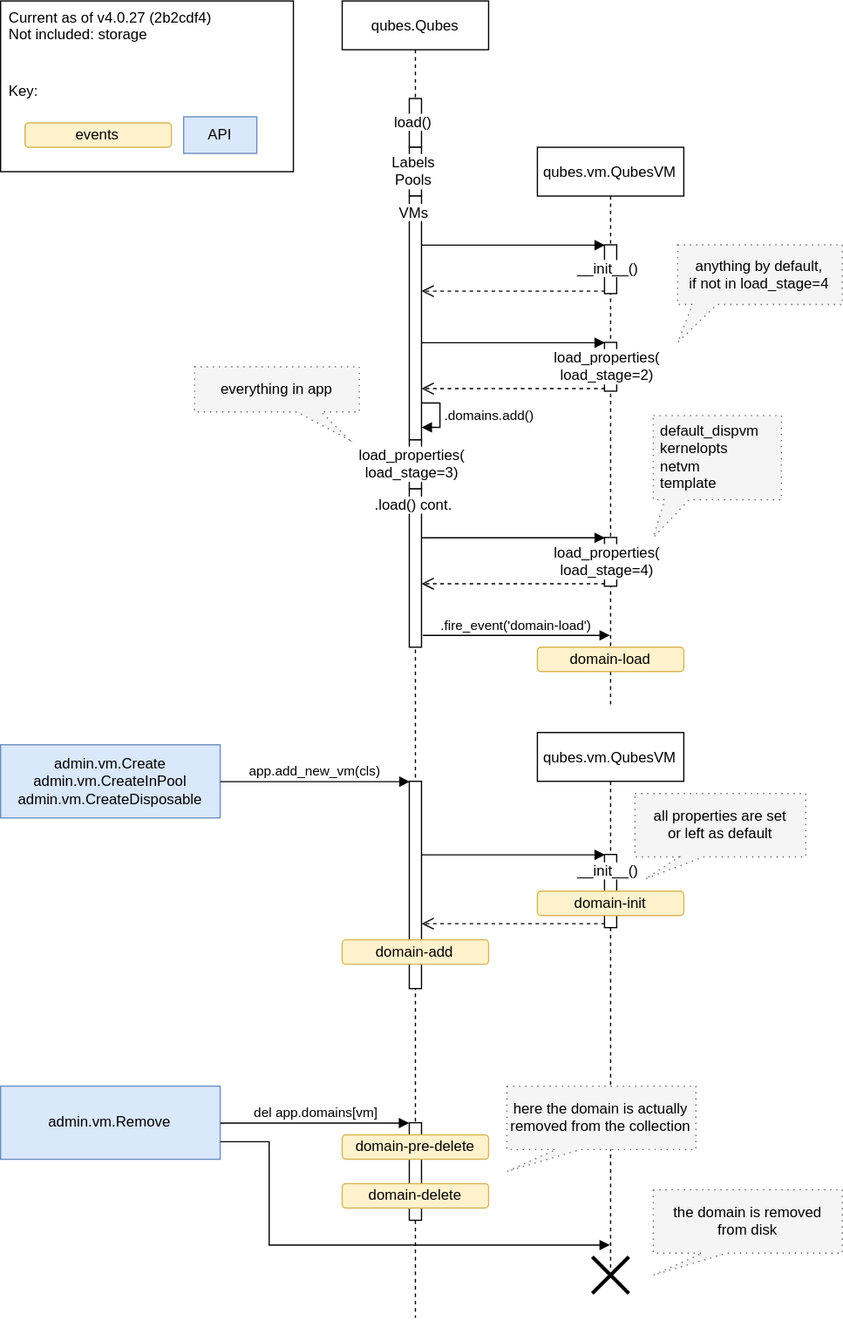
The draw.io diagram doc/loading.svg in QubesOS/qubes-core-admin, before a commit. Source tidied: cells renumbered, new cells last; positions are measured from the earlier drawing's top-left corner, leaving out a move shared by most shapes.
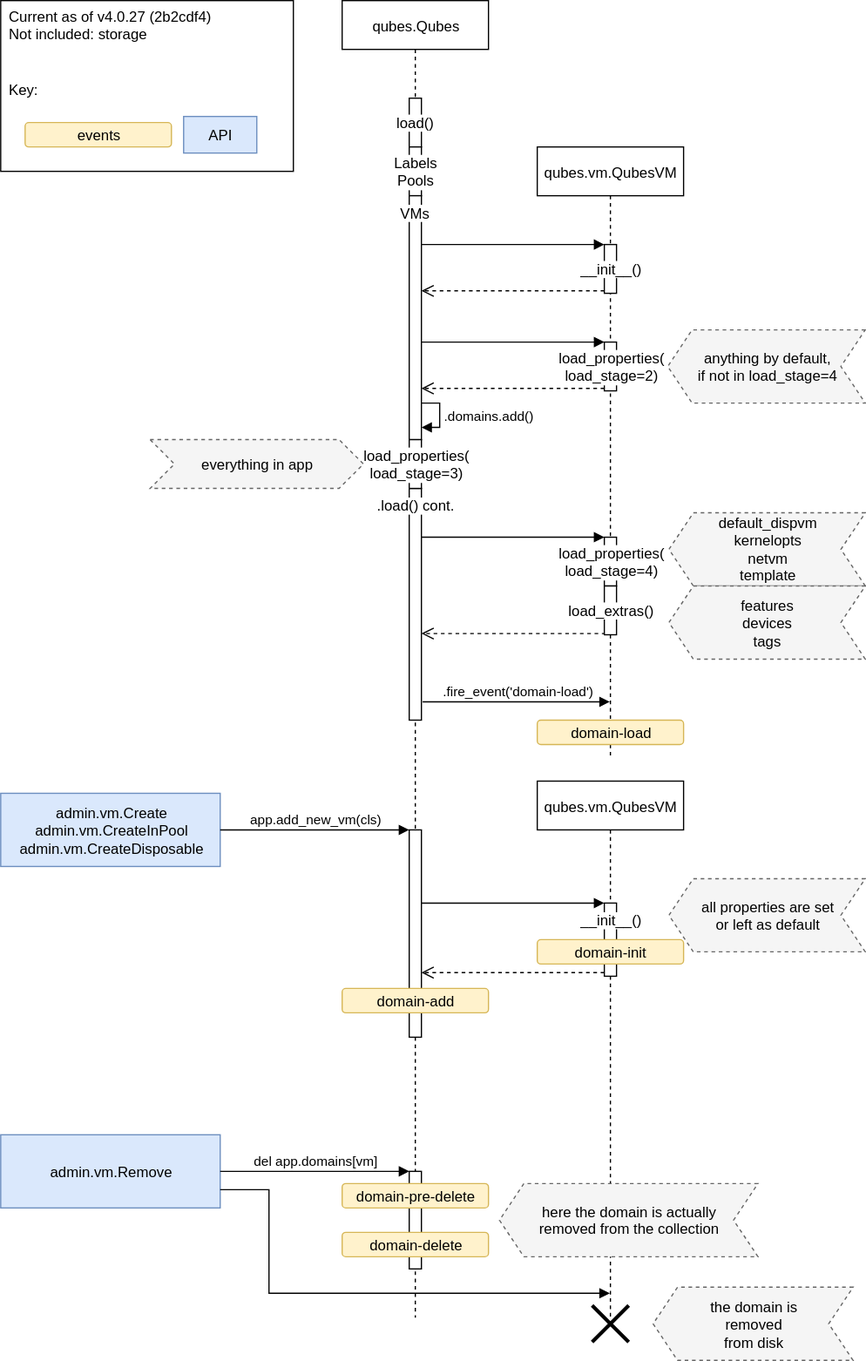
The same diagram one commit later.

Commit message:
Fix from Marek's revies

- add load_extras()
- change callouts to arrows for draw.io limitations

What changed in the source:
```diff
@@ -3,10 +3,10 @@
     <mxCell id="0" />
     <mxCell id="1" parent="0" />
     <mxCell id="2" style="rounded=0;whiteSpace=wrap;html=1;shadow=0;comic=0;labelBackgroundColor=none;strokeColor=#000000;fillColor=#ffffff;align=left;" parent="1" vertex="1">
-      <mxGeometry width="240" height="140" as="geometry" />
+      <mxGeometry x="-79" width="240" height="140" as="geometry" />
     </mxCell>
     <mxCell id="3" value="qubes.Qubes" style="shape=umlLifeline;perimeter=lifelinePerimeter;whiteSpace=wrap;html=1;shadow=0;comic=0;labelBackgroundColor=#FFFFFF;strokeColor=#000000;fillColor=#ffffff;" parent="1" vertex="1">
-      <mxGeometry x="280" width="120" height="1080" as="geometry" />
+      <mxGeometry x="201" width="120" height="1080" as="geometry" />
     </mxCell>
     <mxCell id="4" value="load()" style="html=1;perimeter=orthogonalPerimeter;shadow=0;comic=0;labelBackgroundColor=#FFFFFF;strokeColor=#000000;fillColor=#ffffff;" parent="3" vertex="1">
       <mxGeometry x="55" y="80" width="10" height="40" as="geometry" />
@@ -18,13 +18,13 @@
       <mxGeometry x="55" y="160" width="10" height="200" as="geometry" />
     </mxCell>
     <mxCell id="7" value=".load() cont." style="html=1;points=[];perimeter=orthogonalPerimeter;shadow=0;comic=0;labelBackgroundColor=#FFFFFF;strokeColor=#000000;fillColor=#ffffff;verticalAlign=top;" parent="3" vertex="1">
-      <mxGeometry x="55" y="400" width="10" height="130" as="geometry" />
+      <mxGeometry x="55" y="400" width="10" height="190" as="geometry" />
     </mxCell>
     <mxCell id="8" value="load_properties(&lt;br&gt;load_stage=3)" style="html=1;perimeter=orthogonalPerimeter;shadow=0;comic=0;labelBackgroundColor=#FFFFFF;strokeColor=#000000;fillColor=#ffffff;verticalAlign=middle;" parent="3" vertex="1">
       <mxGeometry x="55" y="360" width="10" height="40" as="geometry" />
     </mxCell>
     <mxCell id="9" style="html=1;points=[];perimeter=orthogonalPerimeter;shadow=0;comic=0;labelBackgroundColor=none;strokeColor=#000000;fillColor=#ffffff;" parent="3" vertex="1">
-      <mxGeometry x="55" y="640" width="10" height="170" as="geometry" />
+      <mxGeometry x="55" y="680" width="10" height="170" as="geometry" />
     </mxCell>
     <mxCell id="10" value=".domains.add()" style="edgeStyle=orthogonalEdgeStyle;html=1;align=left;spacingLeft=2;endArrow=block;rounded=0;strokeWidth=1;" parent="3" edge="1" source="6" target="6">
       <mxGeometry relative="1" as="geometry">
@@ -35,13 +35,13 @@
       </mxGeometry>
     </mxCell>
     <mxCell id="11" value="domain-add" style="rounded=1;whiteSpace=wrap;html=1;shadow=0;comic=0;labelBackgroundColor=none;strokeColor=#d6b656;fillColor=#fff2cc;" parent="3" vertex="1">
-      <mxGeometry y="770" width="120" height="20" as="geometry" />
+      <mxGeometry y="810" width="120" height="20" as="geometry" />
     </mxCell>
     <mxCell id="12" style="html=1;points=[];perimeter=orthogonalPerimeter;shadow=0;comic=0;labelBackgroundColor=none;strokeColor=#000000;fillColor=#ffffff;align=left;" parent="3" vertex="1">
-      <mxGeometry x="55" y="920" width="10" height="80" as="geometry" />
+      <mxGeometry x="55" y="960" width="10" height="80" as="geometry" />
     </mxCell>
     <mxCell id="13" value="qubes.vm.QubesVM" style="shape=umlLifeline;perimeter=lifelinePerimeter;whiteSpace=wrap;html=1;outlineConnect=0;shadow=0;comic=0;labelBackgroundColor=#FFFFFF;strokeColor=#000000;fillColor=#ffffff;" parent="1" vertex="1">
-      <mxGeometry x="440" y="120" width="120" height="460" as="geometry" />
+      <mxGeometry x="361" y="120" width="120" height="500" as="geometry" />
     </mxCell>
     <mxCell id="14" value="__init__()" style="html=1;points=[];perimeter=orthogonalPerimeter;shadow=0;comic=0;labelBackgroundColor=#FFFFFF;strokeColor=#000000;fillColor=#ffffff;" parent="13" vertex="1">
       <mxGeometry x="55" y="80" width="10" height="40" as="geometry" />
@@ -67,36 +67,27 @@
     <mxCell id="21" style="html=1;verticalAlign=bottom;endArrow=block;entryX=0;entryY=0;strokeWidth=1;" parent="1" edge="1" source="7" target="16">
       <mxGeometry relative="1" as="geometry" />
     </mxCell>
-    <mxCell id="22" style="html=1;verticalAlign=bottom;endArrow=open;dashed=1;endSize=8;exitX=0;exitY=0.95;strokeWidth=1;" parent="1" edge="1" source="16" target="7">
+    <mxCell id="22" style="html=1;verticalAlign=bottom;endArrow=open;dashed=1;endSize=8;exitX=0.071;exitY=0.979;strokeWidth=1;exitPerimeter=0;" parent="1" edge="1" source="48" target="7">
       <mxGeometry relative="1" as="geometry" />
     </mxCell>
     <mxCell id="23" value=".fire_event('domain-load')" style="html=1;verticalAlign=bottom;endArrow=block;strokeWidth=1;exitX=1.05;exitY=0.923;exitPerimeter=0;" parent="1" edge="1" source="7" target="13">
       <mxGeometry relative="1" as="geometry" />
     </mxCell>
     <mxCell id="24" value="domain-load" style="rounded=1;whiteSpace=wrap;html=1;shadow=0;comic=0;labelBackgroundColor=none;strokeColor=#d6b656;fillColor=#fff2cc;" parent="1" vertex="1">
-      <mxGeometry x="440" y="530" width="120" height="20" as="geometry" />
+      <mxGeometry x="361" y="590" width="120" height="20" as="geometry" />
     </mxCell>
-    <mxCell id="25" value="default_dispvm&lt;br&gt;kernelopts&lt;br&gt;netvm&lt;br&gt;template" style="shape=callout;whiteSpace=wrap;html=1;perimeter=calloutPerimeter;shadow=0;comic=0;labelBackgroundColor=none;strokeColor=#666666;fillColor=#f5f5f5;position2=0;size=31;position=0.09;align=left;spacingLeft=4;dashed=1;dashPattern=1 4;" parent="1" vertex="1">
-      <mxGeometry x="535" y="340" width="105" height="100" as="geometry" />
-    </mxCell>
-    <mxCell id="26" value="anything by default,&lt;br&gt;if not in load_stage=4" style="shape=callout;whiteSpace=wrap;html=1;perimeter=calloutPerimeter;shadow=0;comic=0;labelBackgroundColor=none;strokeColor=#666666;fillColor=#f5f5f5;position2=0;size=31;position=0.09;dashed=1;dashPattern=1 4;" parent="1" vertex="1">
-      <mxGeometry x="555" y="200" width="135" height="80" as="geometry" />
-    </mxCell>
     <mxCell id="27" value="admin.vm.Create&lt;br&gt;admin.vm.CreateInPool&lt;br&gt;admin.vm.CreateDisposable" style="rounded=0;whiteSpace=wrap;html=1;shadow=0;comic=0;labelBackgroundColor=none;strokeColor=#6c8ebf;fillColor=#dae8fc;" parent="1" vertex="1">
-      <mxGeometry y="610" width="180" height="60" as="geometry" />
+      <mxGeometry x="-79" y="650" width="180" height="60" as="geometry" />
     </mxCell>
     <mxCell id="28" value="app.add_new_vm(cls)" style="html=1;verticalAlign=bottom;endArrow=block;entryX=0;entryY=0;strokeWidth=1;exitX=1;exitY=0.5;" parent="1" edge="1" source="27" target="9">
       <mxGeometry relative="1" as="geometry" />
     </mxCell>
     <mxCell id="29" value="qubes.vm.QubesVM" style="shape=umlLifeline;perimeter=lifelinePerimeter;whiteSpace=wrap;html=1;outlineConnect=0;shadow=0;comic=0;labelBackgroundColor=#FFFFFF;strokeColor=#000000;fillColor=#ffffff;" parent="1" vertex="1">
-      <mxGeometry x="440" y="600" width="120" height="440" as="geometry" />
+      <mxGeometry x="361" y="640" width="120" height="440" as="geometry" />
     </mxCell>
     <mxCell id="30" value="__init__()" style="html=1;points=[];perimeter=orthogonalPerimeter;shadow=0;comic=0;labelBackgroundColor=#ffffff;strokeColor=#000000;fillColor=#ffffff;verticalAlign=top;" parent="29" vertex="1">
       <mxGeometry x="55" y="100" width="10" height="60" as="geometry" />
     </mxCell>
-    <mxCell id="31" value="here the domain is actually removed from the collection" style="shape=callout;whiteSpace=wrap;html=1;perimeter=calloutPerimeter;shadow=0;comic=0;labelBackgroundColor=none;strokeColor=#666666;fillColor=#f5f5f5;position2=0;size=18;position=0.26;align=center;spacingLeft=0;dashed=1;dashPattern=1 4;" parent="29" vertex="1">
-      <mxGeometry x="-25" y="290" width="155" height="70" as="geometry" />
-    </mxCell>
     <mxCell id="32" style="html=1;verticalAlign=bottom;endArrow=open;dashed=1;endSize=8;exitX=0;exitY=0.95;strokeWidth=1;" parent="1" edge="1" source="30" target="9">
       <mxGeometry relative="1" as="geometry" />
     </mxCell>
@@ -104,51 +95,66 @@
       <mxGeometry relative="1" as="geometry" />
     </mxCell>
     <mxCell id="34" value="domain-init" style="rounded=1;whiteSpace=wrap;html=1;shadow=0;comic=0;labelBackgroundColor=none;strokeColor=#d6b656;fillColor=#fff2cc;" parent="1" vertex="1">
-      <mxGeometry x="440" y="730" width="120" height="20" as="geometry" />
+      <mxGeometry x="361" y="770" width="120" height="20" as="geometry" />
     </mxCell>
     <mxCell id="35" value="admin.vm.Remove" style="rounded=0;whiteSpace=wrap;html=1;shadow=0;comic=0;labelBackgroundColor=none;strokeColor=#6c8ebf;fillColor=#dae8fc;" parent="1" vertex="1">
-      <mxGeometry y="890" width="180" height="60" as="geometry" />
+      <mxGeometry x="-79" y="930" width="180" height="60" as="geometry" />
     </mxCell>
     <mxCell id="36" value="del app.domains[vm]" style="html=1;verticalAlign=bottom;endArrow=block;strokeWidth=1;exitX=1;exitY=0.5;" parent="1" edge="1" source="35" target="12">
       <mxGeometry relative="1" as="geometry" />
     </mxCell>
     <mxCell id="37" value="domain-pre-delete" style="rounded=1;whiteSpace=wrap;html=1;shadow=0;comic=0;labelBackgroundColor=none;strokeColor=#d6b656;fillColor=#fff2cc;" parent="1" vertex="1">
-      <mxGeometry x="280" y="930" width="120" height="20" as="geometry" />
+      <mxGeometry x="201" y="970" width="120" height="20" as="geometry" />
     </mxCell>
     <mxCell id="38" value="domain-delete" style="rounded=1;whiteSpace=wrap;html=1;shadow=0;comic=0;labelBackgroundColor=none;strokeColor=#d6b656;fillColor=#fff2cc;" parent="1" vertex="1">
-      <mxGeometry x="280" y="970" width="120" height="20" as="geometry" />
+      <mxGeometry x="201" y="1010" width="120" height="20" as="geometry" />
     </mxCell>
     <mxCell id="39" value="Current as of v4.0.27 (2b2cdf4)&lt;br&gt;Not included: storage" style="text;html=1;strokeColor=none;fillColor=none;align=left;verticalAlign=top;whiteSpace=wrap;rounded=0;shadow=0;comic=0;labelBackgroundColor=none;spacingLeft=5;" parent="1" vertex="1">
-      <mxGeometry width="210" height="60" as="geometry" />
+      <mxGeometry x="-79" width="210" height="60" as="geometry" />
     </mxCell>
-    <mxCell id="40" value="all properties are set&lt;br&gt;or left as default" style="shape=callout;whiteSpace=wrap;html=1;perimeter=calloutPerimeter;shadow=0;comic=0;labelBackgroundColor=none;strokeColor=#666666;fillColor=#f5f5f5;position2=0.06;size=18;position=0.26;align=center;spacingLeft=0;dashed=1;dashPattern=1 4;" parent="1" vertex="1">
-      <mxGeometry x="520" y="650" width="140" height="70" as="geometry" />
-    </mxCell>
-    <mxCell id="41" value="everything in app" style="shape=callout;whiteSpace=wrap;html=1;perimeter=calloutPerimeter;shadow=0;comic=0;labelBackgroundColor=none;strokeColor=#666666;fillColor=#f5f5f5;position2=0.94;size=23;position=0.62;dashed=1;dashPattern=1 4;" parent="1" vertex="1">
-      <mxGeometry x="159" y="300" width="135" height="60" as="geometry" />
-    </mxCell>
     <mxCell id="42" style="shape=umlDestroy;whiteSpace=wrap;html=1;strokeWidth=3;shadow=0;comic=0;labelBackgroundColor=none;fillColor=#ffffff;align=center;" parent="1" vertex="1">
-      <mxGeometry x="485" y="1030" width="30" height="30" as="geometry" />
+      <mxGeometry x="406" y="1070" width="30" height="30" as="geometry" />
     </mxCell>
     <mxCell id="43" style="edgeStyle=orthogonalEdgeStyle;html=1;align=left;spacingLeft=2;endArrow=block;rounded=0;strokeWidth=1;exitX=1;exitY=0.75;" parent="1" edge="1" source="35" target="29">
       <mxGeometry relative="1" as="geometry">
         <Array as="points">
-          <mxPoint x="220" y="935" />
-          <mxPoint x="220" y="1020" />
+          <mxPoint x="141" y="975" />
+          <mxPoint x="141" y="1060" />
         </Array>
       </mxGeometry>
     </mxCell>
     <mxCell id="44" value="events" style="rounded=1;whiteSpace=wrap;html=1;shadow=0;comic=0;labelBackgroundColor=none;strokeColor=#d6b656;fillColor=#fff2cc;" parent="1" vertex="1">
-      <mxGeometry x="20" y="100" width="120" height="20" as="geometry" />
+      <mxGeometry x="-59" y="100" width="120" height="20" as="geometry" />
     </mxCell>
     <mxCell id="45" value="API" style="rounded=0;whiteSpace=wrap;html=1;shadow=0;comic=0;labelBackgroundColor=none;strokeColor=#6c8ebf;fillColor=#dae8fc;" parent="1" vertex="1">
-      <mxGeometry x="150" y="95" width="60" height="30" as="geometry" />
+      <mxGeometry x="71" y="95" width="60" height="30" as="geometry" />
     </mxCell>
     <mxCell id="46" value="Key:" style="text;html=1;strokeColor=none;fillColor=none;align=left;verticalAlign=top;whiteSpace=wrap;rounded=0;shadow=0;comic=0;labelBackgroundColor=none;spacingLeft=5;" parent="1" vertex="1">
-      <mxGeometry y="60" width="210" height="30" as="geometry" />
+      <mxGeometry x="-79" y="60" width="210" height="30" as="geometry" />
     </mxCell>
+    <mxCell id="48" value="load_extras()" style="html=1;points=[];perimeter=orthogonalPerimeter;shadow=0;comic=0;labelBackgroundColor=#FFFFFF;strokeColor=#000000;fillColor=#ffffff;" parent="1" vertex="1">
+      <mxGeometry x="416" y="480" width="10" height="40" as="geometry" />
+    </mxCell>
+    <mxCell id="41" value="everything in app" style="shape=step;perimeter=stepPerimeter;whiteSpace=wrap;html=1;fixedSize=1;fillColor=#f5f5f5;strokeColor=#666666;dashed=1;" parent="1" vertex="1">
+      <mxGeometry x="43.5" y="360" width="175" height="40" as="geometry" />
+    </mxCell>
+    <mxCell id="25" value="default_dispvm&lt;br&gt;kernelopts&lt;br&gt;netvm&lt;br&gt;template" style="shape=step;perimeter=stepPerimeter;whiteSpace=wrap;html=1;fixedSize=1;fillColor=#f5f5f5;strokeColor=#666666;dashed=1;comic=0;flipH=1;" parent="1" vertex="1">
+      <mxGeometry x="469" y="420" width="161" height="60" as="geometry" />
+    </mxCell>
+    <mxCell id="49" value="features&lt;br&gt;devices&lt;br&gt;tags" style="shape=step;perimeter=stepPerimeter;whiteSpace=wrap;html=1;fixedSize=1;fillColor=#f5f5f5;strokeColor=#666666;dashed=1;comic=0;flipH=1;" parent="1" vertex="1">
+      <mxGeometry x="469" y="480" width="161" height="60" as="geometry" />
+    </mxCell>
+    <mxCell id="26" value="anything by default,&lt;br&gt;if not in load_stage=4" style="shape=step;perimeter=stepPerimeter;whiteSpace=wrap;html=1;fixedSize=1;fillColor=#f5f5f5;strokeColor=#666666;dashed=1;comic=0;flipH=1;" parent="1" vertex="1">
+      <mxGeometry x="468" y="270" width="162" height="60" as="geometry" />
+    </mxCell>
+    <mxCell id="40" value="all properties are set&lt;br&gt;or left as default" style="shape=step;perimeter=stepPerimeter;whiteSpace=wrap;html=1;fixedSize=1;fillColor=#f5f5f5;strokeColor=#666666;dashed=1;comic=0;flipH=1;" parent="1" vertex="1">
+      <mxGeometry x="469" y="720" width="161" height="60" as="geometry" />
+    </mxCell>
-    <mxCell id="47" value="the domain is removed&lt;br&gt;from disk" style="shape=callout;whiteSpace=wrap;html=1;perimeter=calloutPerimeter;shadow=0;comic=0;labelBackgroundColor=none;strokeColor=#666666;fillColor=#f5f5f5;position2=0;size=18;position=0.26;align=center;spacingLeft=0;dashed=1;dashPattern=1 4;" parent="1" vertex="1">
-      <mxGeometry x="535" y="975" width="155" height="70" as="geometry" />
+    <mxCell id="47" value="the domain is&lt;br&gt;removed&lt;br&gt;from disk" style="shape=step;perimeter=stepPerimeter;whiteSpace=wrap;html=1;fixedSize=1;fillColor=#f5f5f5;strokeColor=#666666;dashed=1;comic=0;flipH=1;" parent="1" vertex="1">
+      <mxGeometry x="456" y="1055" width="164" height="60" as="geometry" />
     </mxCell>
+    <mxCell id="31" value="here the domain is actually&lt;br&gt;removed from the collection" style="shape=step;perimeter=stepPerimeter;whiteSpace=wrap;html=1;fixedSize=1;fillColor=#f5f5f5;strokeColor=#666666;dashed=1;comic=0;flipH=1;" parent="1" vertex="1">
+      <mxGeometry x="330" y="970" width="212" height="60" as="geometry" />
+    </mxCell>
   </root>
 </mxGraphModel>
```
